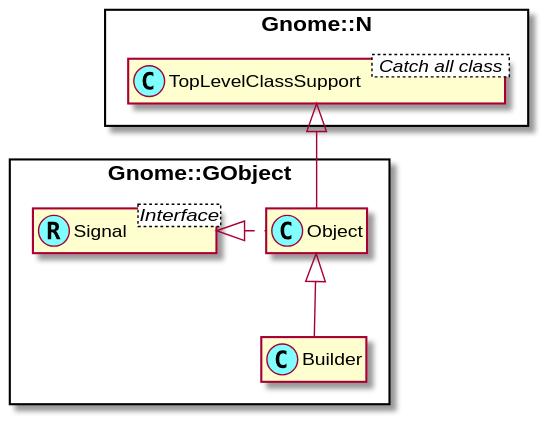
MARTIMM/gnome-gtk3 keeps this PlantUML diagram as docs/content-docs/reference/Gtk3/plantuml/Builder.svg. Above is the earlier version. The source it was exported from:
```plantuml
@startuml

skinparam packageStyle rectangle
skinparam stereotypeCBackgroundColor #80ffff
set namespaceSeparator ::
hide members

class Gnome::N::TopLevelClassSupport < Catch all class >

Interface Gnome::GObject::Signal <Interface>
class Gnome::GObject::Signal <<(R,#80ffff)>>

Gnome::N::TopLevelClassSupport <|-- Gnome::GObject::Object
Gnome::GObject::Signal <|. Gnome::GObject::Object

Gnome::GObject::Object <|-- Gnome::GObject::Builder


@enduml
```
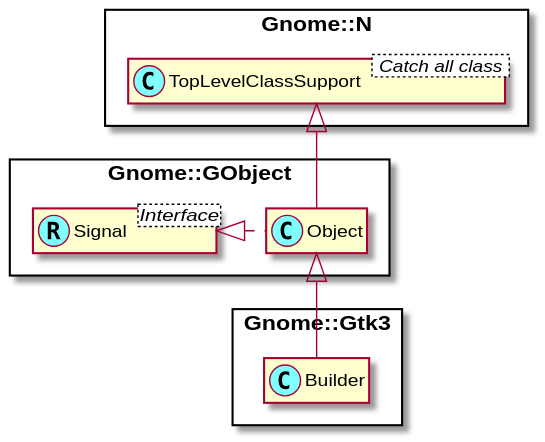
After the change.

Commit message:
Builder in wrong repo

What changed in the source:
```diff
@@ -13,7 +13,7 @@
 Gnome::N::TopLevelClassSupport <|-- Gnome::GObject::Object
 Gnome::GObject::Signal <|. Gnome::GObject::Object
 
-Gnome::GObject::Object <|-- Gnome::GObject::Builder
+Gnome::GObject::Object <|-- Gnome::Gtk3::Builder
 
 
 @enduml
```
